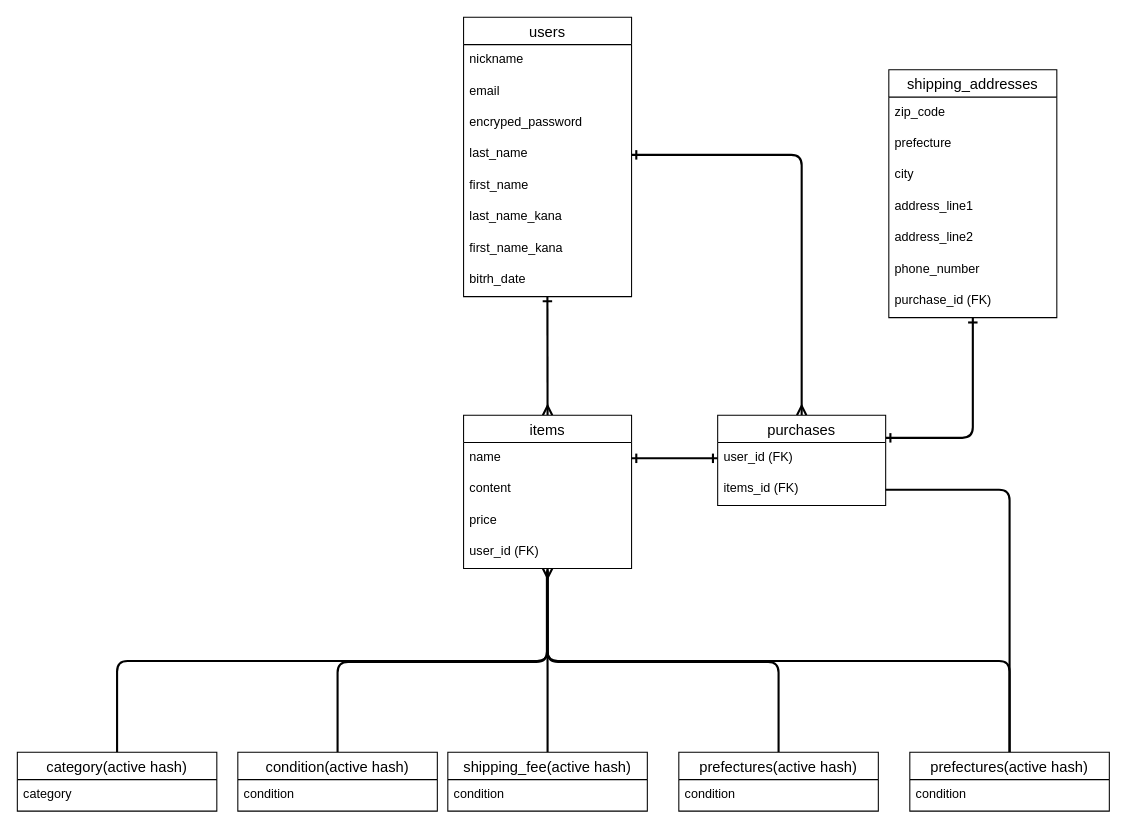
Above: er.dio in tsubasafj/furima-37918 (draw.io), before the change. Source tidied: cells renumbered, new cells numbered last; positions are measured from the earlier drawing's top-left corner, leaving out a move shared by most shapes. Both pictures are drawn from the tidied source at 105%, with x=0, y=0 at pixel (17, 17).
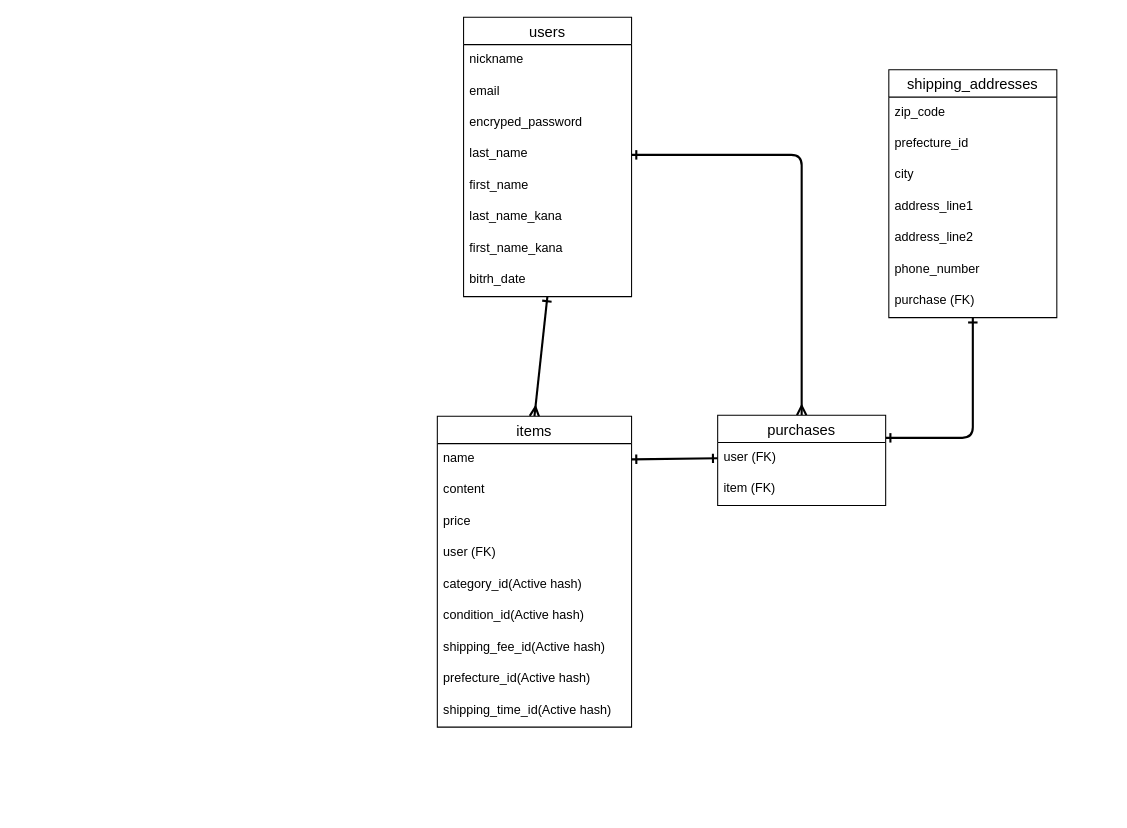
The same page after the edit.

Commit message (it also covers changes not shown here):
データベース設計の修正2

The change refers to these unchanged cells:
```xml
<mxCell id="20" value="purchases" style="swimlane;fontStyle=0;horizontal=1;startSize=26;align=center;fontSize=14;" parent="1" vertex="1">
  <mxGeometry x="667" y="379" width="160" height="86" as="geometry" />
</mxCell>
<mxCell id="23" value="shipping_addresses" style="swimlane;fontStyle=0;horizontal=1;startSize=26;align=center;fontSize=14;" parent="1" vertex="1">
  <mxGeometry x="830" y="50" width="160" height="236" as="geometry" />
</mxCell>
```

Change to the diagram source:
```diff
@@
-    <mxCell id="11" style="edgeStyle=elbowEdgeStyle;html=1;exitX=0.5;exitY=1;exitDx=0;exitDy=0;exitPerimeter=0;elbow=vertical;startArrow=ERmany;startFill=0;strokeWidth=2;endArrow=none;endFill=0;" parent="1" edge="1" source="17" target="31">
-      <mxGeometry relative="1" as="geometry">
-        <Array as="points">
-          <mxPoint x="240" y="613" />
-        </Array>
-      </mxGeometry>
-    </mxCell>
@@
     <mxCell id="13" value="items" style="swimlane;fontStyle=0;horizontal=1;startSize=26;align=center;fontSize=14;" parent="1" vertex="1">
-      <mxGeometry x="425" y="379" width="160" height="146" as="geometry" />
+      <mxGeometry x="400" y="380" width="185" height="296" as="geometry" />
     </mxCell>
     <mxCell id="14" value="name" style="text;strokeColor=none;fillColor=none;spacingLeft=4;spacingRight=4;overflow=hidden;points=[[0,0.5],[1,0.5]];portConstraint=eastwest;fontSize=12;" parent="13" vertex="1">
-      <mxGeometry y="26" width="160" height="30" as="geometry" />
+      <mxGeometry y="26" width="185" height="30" as="geometry" />
     </mxCell>
     <mxCell id="15" value="content" style="text;strokeColor=none;fillColor=none;spacingLeft=4;spacingRight=4;overflow=hidden;fontSize=12;" parent="13" vertex="1">
-      <mxGeometry y="56" width="160" height="30" as="geometry" />
+      <mxGeometry y="56" width="185" height="30" as="geometry" />
     </mxCell>
     <mxCell id="16" value="price" style="text;strokeColor=none;fillColor=none;spacingLeft=4;spacingRight=4;overflow=hidden;fontSize=12;" parent="13" vertex="1">
-      <mxGeometry y="86" width="160" height="30" as="geometry" />
+      <mxGeometry y="86" width="185" height="30" as="geometry" />
     </mxCell>
-    <mxCell id="17" value="user_id (FK)" style="text;strokeColor=none;fillColor=none;spacingLeft=4;spacingRight=4;overflow=hidden;points=[[0,0.5],[1,0.5]];portConstraint=eastwest;fontSize=12;" parent="13" vertex="1">
-      <mxGeometry y="116" width="160" height="30" as="geometry" />
+    <mxCell id="17" value="user (FK)" style="text;strokeColor=none;fillColor=none;spacingLeft=4;spacingRight=4;overflow=hidden;points=[[0,0.5],[1,0.5]];portConstraint=eastwest;fontSize=12;" parent="13" vertex="1">
+      <mxGeometry y="116" width="185" height="30" as="geometry" />
     </mxCell>
+    <mxCell id="47" value="category_id(Active hash)" style="text;strokeColor=none;fillColor=none;spacingLeft=4;spacingRight=4;overflow=hidden;fontSize=12;" parent="13" vertex="1">
+      <mxGeometry y="146" width="185" height="30" as="geometry" />
+    </mxCell>
+    <mxCell id="48" value="condition_id(Active hash)" style="text;strokeColor=none;fillColor=none;spacingLeft=4;spacingRight=4;overflow=hidden;fontSize=12;" parent="13" vertex="1">
+      <mxGeometry y="176" width="185" height="30" as="geometry" />
+    </mxCell>
+    <mxCell id="49" value="shipping_fee_id(Active hash)" style="text;strokeColor=none;fillColor=none;spacingLeft=4;spacingRight=4;overflow=hidden;fontSize=12;" parent="13" vertex="1">
+      <mxGeometry y="206" width="185" height="30" as="geometry" />
+    </mxCell>
+    <mxCell id="50" value="prefecture_id(Active hash)" style="text;strokeColor=none;fillColor=none;spacingLeft=4;spacingRight=4;overflow=hidden;fontSize=12;" parent="13" vertex="1">
+      <mxGeometry y="236" width="185" height="30" as="geometry" />
+    </mxCell>
+    <mxCell id="51" value="shipping_time_id(Active hash)" style="text;strokeColor=none;fillColor=none;spacingLeft=4;spacingRight=4;overflow=hidden;fontSize=12;" parent="13" vertex="1">
+      <mxGeometry y="266" width="185" height="30" as="geometry" />
+    </mxCell>
@@
-    <mxCell id="21" value="user_id (FK)" style="text;strokeColor=none;fillColor=none;spacingLeft=4;spacingRight=4;overflow=hidden;points=[[0,0.5],[1,0.5]];portConstraint=eastwest;fontSize=12;" parent="20" vertex="1">
+    <mxCell id="21" value="user (FK)" style="text;strokeColor=none;fillColor=none;spacingLeft=4;spacingRight=4;overflow=hidden;points=[[0,0.5],[1,0.5]];portConstraint=eastwest;fontSize=12;" parent="20" vertex="1">
       <mxGeometry y="26" width="160" height="30" as="geometry" />
     </mxCell>
-    <mxCell id="22" value="items_id (FK)" style="text;strokeColor=none;fillColor=none;spacingLeft=4;spacingRight=4;overflow=hidden;points=[[0,0.5],[1,0.5]];portConstraint=eastwest;fontSize=12;" parent="20" vertex="1">
+    <mxCell id="22" value="item (FK)" style="text;strokeColor=none;fillColor=none;spacingLeft=4;spacingRight=4;overflow=hidden;points=[[0,0.5],[1,0.5]];portConstraint=eastwest;fontSize=12;" parent="20" vertex="1">
       <mxGeometry y="56" width="160" height="30" as="geometry" />
     </mxCell>
@@
-    <mxCell id="25" value="prefecture" style="text;strokeColor=none;fillColor=none;spacingLeft=4;spacingRight=4;overflow=hidden;fontSize=12;" parent="23" vertex="1">
+    <mxCell id="25" value="prefecture_id" style="text;strokeColor=none;fillColor=none;spacingLeft=4;spacingRight=4;overflow=hidden;fontSize=12;" parent="23" vertex="1">
       <mxGeometry y="56" width="160" height="30" as="geometry" />
     </mxCell>
@@
-    <mxCell id="30" value="purchase_id (FK)" style="text;strokeColor=none;fillColor=none;spacingLeft=4;spacingRight=4;overflow=hidden;points=[[0,0.5],[1,0.5]];portConstraint=eastwest;fontSize=12;" parent="23" vertex="1">
+    <mxCell id="30" value="purchase (FK)" style="text;strokeColor=none;fillColor=none;spacingLeft=4;spacingRight=4;overflow=hidden;points=[[0,0.5],[1,0.5]];portConstraint=eastwest;fontSize=12;" parent="23" vertex="1">
       <mxGeometry y="206" width="160" height="30" as="geometry" />
     </mxCell>
-    <mxCell id="31" value="category(active hash)" style="swimlane;fontStyle=0;horizontal=1;startSize=26;align=center;fontSize=14;" parent="1" vertex="1">
-      <mxGeometry y="700" width="190" height="56" as="geometry" />
-    </mxCell>
-    <mxCell id="32" value="category" style="text;strokeColor=none;fillColor=none;spacingLeft=4;spacingRight=4;overflow=hidden;fontSize=12;" parent="31" vertex="1">
-      <mxGeometry y="26" width="190" height="30" as="geometry" />
-    </mxCell>
-    <mxCell id="33" style="edgeStyle=elbowEdgeStyle;rounded=1;elbow=vertical;html=1;startArrow=none;startFill=0;endArrow=none;endFill=0;strokeWidth=2;entryX=0.496;entryY=1.089;entryDx=0;entryDy=0;entryPerimeter=0;" parent="1" edge="1" source="34" target="17">
-      <mxGeometry relative="1" as="geometry" />
-    </mxCell>
-    <mxCell id="34" value="condition(active hash)" style="swimlane;fontStyle=0;horizontal=1;startSize=26;align=center;fontSize=14;" parent="1" vertex="1">
-      <mxGeometry x="210" y="700" width="190" height="56" as="geometry" />
-    </mxCell>
-    <mxCell id="35" value="condition" style="text;strokeColor=none;fillColor=none;spacingLeft=4;spacingRight=4;overflow=hidden;fontSize=12;" parent="34" vertex="1">
-      <mxGeometry y="26" width="190" height="30" as="geometry" />
-    </mxCell>
-    <mxCell id="36" style="edgeStyle=elbowEdgeStyle;rounded=1;elbow=vertical;html=1;exitX=0.5;exitY=0;exitDx=0;exitDy=0;entryX=0.497;entryY=1.106;entryDx=0;entryDy=0;entryPerimeter=0;startArrow=none;startFill=0;endArrow=none;endFill=0;strokeWidth=2;" parent="1" edge="1" source="37" target="17">
-      <mxGeometry relative="1" as="geometry" />
-    </mxCell>
-    <mxCell id="37" value="shipping_fee(active hash)" style="swimlane;fontStyle=0;horizontal=1;startSize=26;align=center;fontSize=14;" parent="1" vertex="1">
-      <mxGeometry x="410" y="700" width="190" height="56" as="geometry" />
-    </mxCell>
-    <mxCell id="38" value="condition" style="text;strokeColor=none;fillColor=none;spacingLeft=4;spacingRight=4;overflow=hidden;fontSize=12;" parent="37" vertex="1">
-      <mxGeometry y="26" width="190" height="30" as="geometry" />
-    </mxCell>
-    <mxCell id="39" style="edgeStyle=elbowEdgeStyle;rounded=1;elbow=vertical;html=1;exitX=0.5;exitY=0;exitDx=0;exitDy=0;entryX=0.5;entryY=1.072;entryDx=0;entryDy=0;entryPerimeter=0;startArrow=none;startFill=0;endArrow=none;endFill=0;strokeWidth=2;" parent="1" edge="1" source="40" target="17">
-      <mxGeometry relative="1" as="geometry" />
-    </mxCell>
-    <mxCell id="40" value="prefectures(active hash)" style="swimlane;fontStyle=0;horizontal=1;startSize=26;align=center;fontSize=14;" parent="1" vertex="1">
-      <mxGeometry x="630" y="700" width="190" height="56" as="geometry" />
-    </mxCell>
-    <mxCell id="41" value="condition" style="text;strokeColor=none;fillColor=none;spacingLeft=4;spacingRight=4;overflow=hidden;fontSize=12;" parent="40" vertex="1">
-      <mxGeometry y="26" width="190" height="30" as="geometry" />
-    </mxCell>
-    <mxCell id="42" style="edgeStyle=elbowEdgeStyle;rounded=1;elbow=vertical;html=1;exitX=0.5;exitY=0;exitDx=0;exitDy=0;entryX=0.499;entryY=1.033;entryDx=0;entryDy=0;entryPerimeter=0;startArrow=none;startFill=0;endArrow=none;endFill=0;strokeWidth=2;" parent="1" edge="1" source="44" target="17">
-      <mxGeometry relative="1" as="geometry" />
-    </mxCell>
-    <mxCell id="43" style="edgeStyle=orthogonalEdgeStyle;rounded=1;html=1;exitX=0.5;exitY=0;exitDx=0;exitDy=0;startArrow=none;startFill=0;endArrow=none;endFill=0;strokeWidth=2;elbow=vertical;entryX=1;entryY=0.5;entryDx=0;entryDy=0;" parent="1" edge="1" source="44" target="22">
-      <mxGeometry relative="1" as="geometry" />
-    </mxCell>
-    <mxCell id="44" value="prefectures(active hash)" style="swimlane;fontStyle=0;horizontal=1;startSize=26;align=center;fontSize=14;" parent="1" vertex="1">
-      <mxGeometry x="850" y="700" width="190" height="56" as="geometry" />
-    </mxCell>
-    <mxCell id="45" value="condition" style="text;strokeColor=none;fillColor=none;spacingLeft=4;spacingRight=4;overflow=hidden;fontSize=12;" parent="44" vertex="1">
-      <mxGeometry y="26" width="190" height="30" as="geometry" />
-    </mxCell>
```
